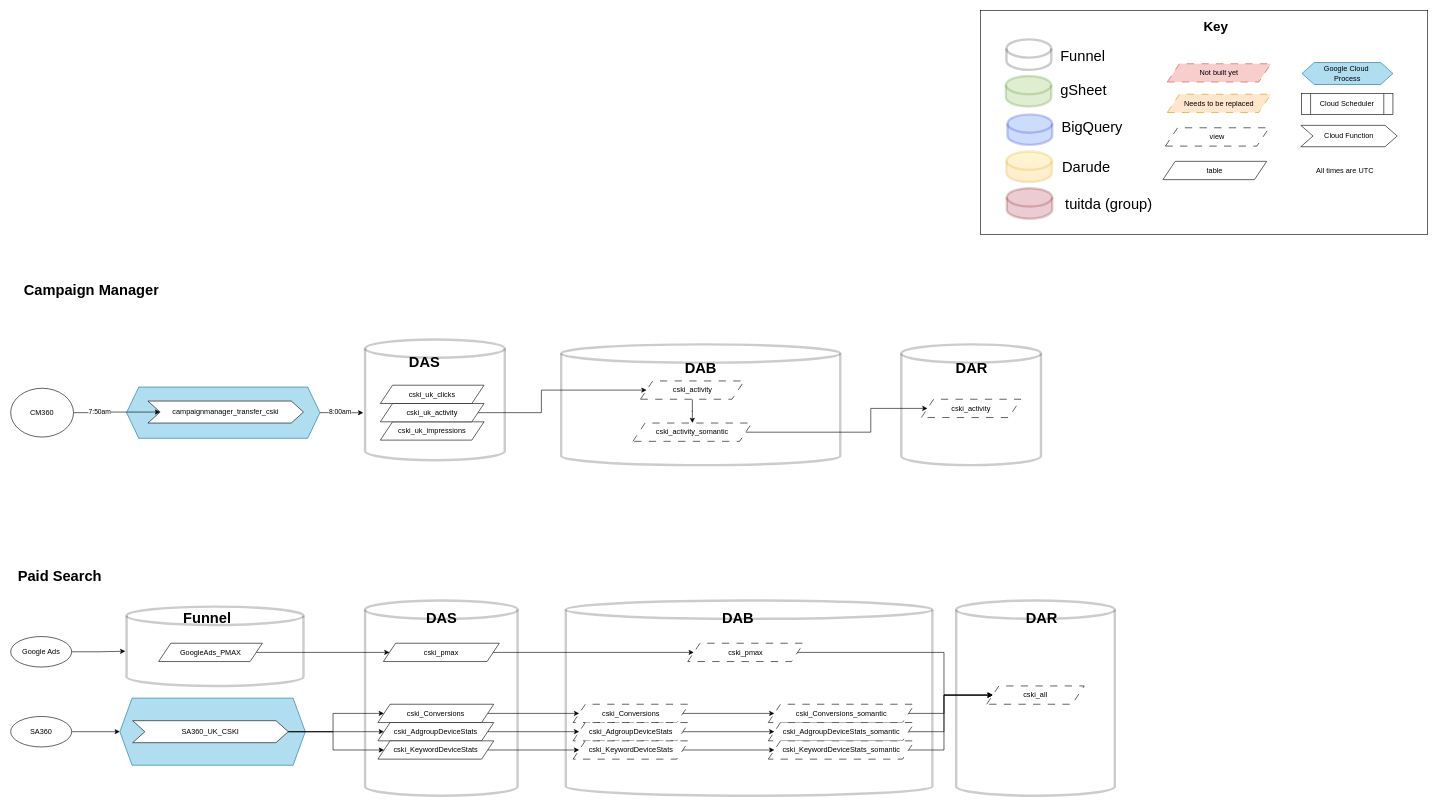
Before: cski_pipeline.drawio in DMATUI/dma_pipelines, a draw.io diagram. Source tidied: cells renumbered, new cells numbered last; positions are measured from the earlier drawing's top-left corner, leaving out a move shared by most shapes. Both pictures are drawn from the tidied source at 61%, with x=0, y=0 at pixel (10, 10).
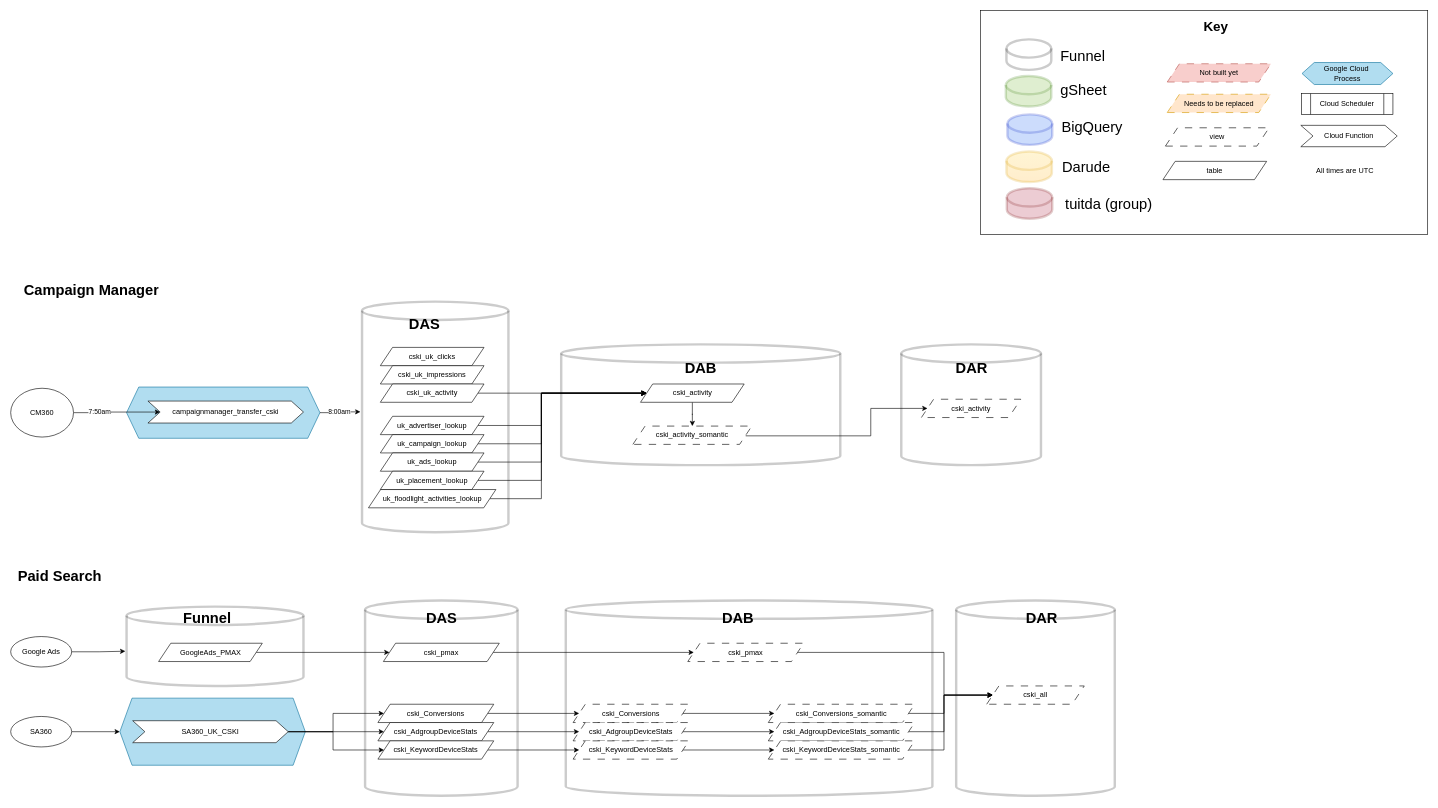
Above is the later version.

The change refers to these unchanged cells:
```xml
<mxCell id="68" style="shape=hexagon;perimeter=hexagonPerimeter2;whiteSpace=wrap;html=1;fixedSize=1;fillColor=#b1ddf0;strokeColor=#10739e;" parent="1" vertex="1">
  <mxGeometry x="190" y="617" width="317" height="84" as="geometry" />
</mxCell>
<mxCell id="86" value="cski_activity" style="shape=parallelogram;perimeter=parallelogramPerimeter;whiteSpace=wrap;html=1;fixedSize=1;dashed=1;dashPattern=12 12;" parent="1" vertex="1">
  <mxGeometry x="1493" y="637" width="163" height="30" as="geometry" />
</mxCell>
```

Change to the diagram source:
```diff
@@
     <mxCell id="4" style="shape=cylinder3;whiteSpace=wrap;html=1;boundedLbl=1;backgroundOutline=1;size=15;fillColor=light-dark(#FFFFFF,#1B6FA3);opacity=20;strokeColor=default;strokeWidth=4;" parent="1" vertex="1">
-      <mxGeometry x="581" y="539" width="229" height="198" as="geometry" />
+      <mxGeometry x="576" y="477" width="240" height="378" as="geometry" />
     </mxCell>
@@
     <mxCell id="72" value="cski_uk_clicks" style="shape=parallelogram;perimeter=parallelogramPerimeter;whiteSpace=wrap;html=1;fixedSize=1;" parent="1" vertex="1">
-      <mxGeometry x="606" y="614" width="170" height="30" as="geometry" />
+      <mxGeometry x="606" y="552" width="170" height="30" as="geometry" />
     </mxCell>
     <mxCell id="73" value="cski_uk_impressions" style="shape=parallelogram;perimeter=parallelogramPerimeter;whiteSpace=wrap;html=1;fixedSize=1;" parent="1" vertex="1">
-      <mxGeometry x="606" y="674" width="170" height="30" as="geometry" />
+      <mxGeometry x="606" y="582" width="170" height="30" as="geometry" />
     </mxCell>
@@
     <mxCell id="75" style="edgeStyle=orthogonalEdgeStyle;rounded=0;jettySize=auto;html=1;exitX=1;exitY=0.5;exitDx=0;exitDy=0;entryX=0;entryY=0.5;entryDx=0;entryDy=0;" parent="1" edge="1" source="76" target="78">
-      <mxGeometry relative="1" as="geometry">
-        <Array as="points">
-          <mxPoint x="870" y="659" />
-          <mxPoint x="870" y="622" />
-        </Array>
-      </mxGeometry>
+      <mxGeometry relative="1" as="geometry" />
     </mxCell>
     <mxCell id="76" value="cski_uk_activity" style="shape=parallelogram;perimeter=parallelogramPerimeter;whiteSpace=wrap;html=1;fixedSize=1;" parent="1" vertex="1">
-      <mxGeometry x="606" y="644" width="170" height="30" as="geometry" />
+      <mxGeometry x="606" y="612" width="170" height="30" as="geometry" />
     </mxCell>
@@
-    <mxCell id="78" value="cski_activity" style="shape=parallelogram;perimeter=parallelogramPerimeter;whiteSpace=wrap;html=1;fixedSize=1;dashed=1;dashPattern=12 12;" parent="1" vertex="1">
-      <mxGeometry x="1032.5" y="607" width="170" height="30" as="geometry" />
+    <mxCell id="78" value="cski_activity" style="shape=parallelogram;perimeter=parallelogramPerimeter;whiteSpace=wrap;html=1;fixedSize=1;" parent="1" vertex="1">
+      <mxGeometry x="1032.5" y="612" width="170" height="30" as="geometry" />
     </mxCell>
     <mxCell id="79" style="edgeStyle=orthogonalEdgeStyle;rounded=0;jettySize=auto;html=1;exitX=1;exitY=0.5;exitDx=0;exitDy=0;entryX=0;entryY=0.5;entryDx=0;entryDy=0;" parent="1" edge="1" source="80" target="86">
       <mxGeometry relative="1" as="geometry">
         <Array as="points">
-          <mxPoint x="1410" y="691" />
+          <mxPoint x="1410" y="697" />
           <mxPoint x="1410" y="652" />
         </Array>
       </mxGeometry>
     </mxCell>
     <mxCell id="80" value="cski_activity_somantic" style="shape=parallelogram;perimeter=parallelogramPerimeter;whiteSpace=wrap;html=1;fixedSize=1;dashed=1;dashPattern=12 12;" parent="1" vertex="1">
-      <mxGeometry x="1020" y="676" width="195" height="30" as="geometry" />
+      <mxGeometry x="1020" y="681" width="195" height="30" as="geometry" />
     </mxCell>
-    <mxCell id="81" style="edgeStyle=orthogonalEdgeStyle;rounded=0;jettySize=auto;html=1;exitX=1;exitY=0.5;exitDx=0;exitDy=0;entryX=-0.013;entryY=0.607;entryDx=0;entryDy=0;entryPerimeter=0;" parent="1" edge="1" source="68" target="4">
+    <mxCell id="81" style="edgeStyle=orthogonalEdgeStyle;rounded=0;jettySize=auto;html=1;exitX=1;exitY=0.5;exitDx=0;exitDy=0;entryX=-0.011;entryY=0.478;entryDx=0;entryDy=0;entryPerimeter=0;" parent="1" edge="1" source="68" target="4">
       <mxGeometry relative="1" as="geometry" />
     </mxCell>
@@
     <mxCell id="85" value="DAS" style="text;strokeColor=none;fillColor=none;html=1;fontSize=24;fontStyle=1;verticalAlign=middle;align=center;" parent="1" vertex="1">
-      <mxGeometry x="627.5" y="557" width="100" height="40" as="geometry" />
+      <mxGeometry x="627.5" y="495" width="100" height="40" as="geometry" />
     </mxCell>
@@
+    <mxCell id="88" style="edgeStyle=orthogonalEdgeStyle;rounded=0;jettySize=auto;html=1;exitX=1;exitY=0.5;exitDx=0;exitDy=0;entryX=0;entryY=0.5;entryDx=0;entryDy=0;" parent="1" edge="1" source="89" target="78">
+      <mxGeometry relative="1" as="geometry">
+        <Array as="points">
+          <mxPoint x="870" y="680" />
+          <mxPoint x="870" y="627" />
+        </Array>
+      </mxGeometry>
+    </mxCell>
+    <mxCell id="89" value="uk_advertiser_lookup" style="shape=parallelogram;perimeter=parallelogramPerimeter;whiteSpace=wrap;html=1;fixedSize=1;" parent="1" vertex="1">
+      <mxGeometry x="606" y="665" width="170" height="30" as="geometry" />
+    </mxCell>
+    <mxCell id="90" style="edgeStyle=orthogonalEdgeStyle;rounded=0;jettySize=auto;html=1;exitX=1;exitY=0.5;exitDx=0;exitDy=0;entryX=0;entryY=0.5;entryDx=0;entryDy=0;" parent="1" edge="1" source="91" target="78">
+      <mxGeometry relative="1" as="geometry">
+        <Array as="points">
+          <mxPoint x="870" y="710" />
+          <mxPoint x="870" y="627" />
+        </Array>
+      </mxGeometry>
+    </mxCell>
+    <mxCell id="91" value="uk_campaign_lookup" style="shape=parallelogram;perimeter=parallelogramPerimeter;whiteSpace=wrap;html=1;fixedSize=1;" parent="1" vertex="1">
+      <mxGeometry x="606" y="695" width="170" height="30" as="geometry" />
+    </mxCell>
+    <mxCell id="92" style="edgeStyle=orthogonalEdgeStyle;rounded=0;jettySize=auto;html=1;exitX=1;exitY=0.5;exitDx=0;exitDy=0;entryX=0;entryY=0.5;entryDx=0;entryDy=0;" parent="1" edge="1" source="93" target="78">
+      <mxGeometry relative="1" as="geometry">
+        <Array as="points">
+          <mxPoint x="870" y="800" />
+          <mxPoint x="870" y="627" />
+        </Array>
+      </mxGeometry>
+    </mxCell>
+    <mxCell id="93" value="uk_floodlight_activities_lookup" style="shape=parallelogram;perimeter=parallelogramPerimeter;whiteSpace=wrap;html=1;fixedSize=1;" parent="1" vertex="1">
+      <mxGeometry x="586.5" y="785" width="209" height="30" as="geometry" />
+    </mxCell>
+    <mxCell id="94" style="edgeStyle=orthogonalEdgeStyle;rounded=0;jettySize=auto;html=1;exitX=1;exitY=0.5;exitDx=0;exitDy=0;entryX=0;entryY=0.5;entryDx=0;entryDy=0;" parent="1" edge="1" source="95" target="78">
+      <mxGeometry relative="1" as="geometry">
+        <Array as="points">
+          <mxPoint x="870" y="740" />
+          <mxPoint x="870" y="627" />
+        </Array>
+      </mxGeometry>
+    </mxCell>
+    <mxCell id="95" value="uk_ads_lookup" style="shape=parallelogram;perimeter=parallelogramPerimeter;whiteSpace=wrap;html=1;fixedSize=1;" parent="1" vertex="1">
+      <mxGeometry x="606" y="725" width="170" height="30" as="geometry" />
+    </mxCell>
+    <mxCell id="96" style="edgeStyle=orthogonalEdgeStyle;rounded=0;jettySize=auto;html=1;exitX=1;exitY=0.5;exitDx=0;exitDy=0;entryX=0;entryY=0.5;entryDx=0;entryDy=0;" parent="1" edge="1" source="97" target="78">
+      <mxGeometry relative="1" as="geometry">
+        <Array as="points">
+          <mxPoint x="870" y="770" />
+          <mxPoint x="870" y="627" />
+        </Array>
+      </mxGeometry>
+    </mxCell>
+    <mxCell id="97" value="uk_placement_lookup" style="shape=parallelogram;perimeter=parallelogramPerimeter;whiteSpace=wrap;html=1;fixedSize=1;" parent="1" vertex="1">
+      <mxGeometry x="606" y="755" width="170" height="30" as="geometry" />
+    </mxCell>
```
